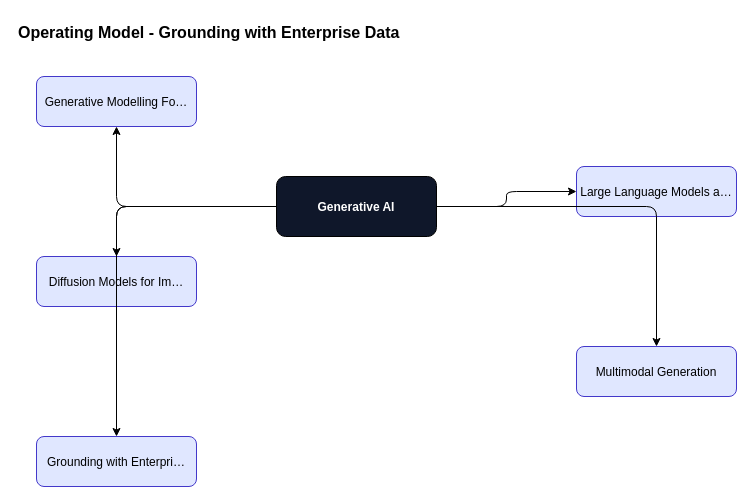
This is content/generative-ai/generative-ai-foundations/diagrams/fig-007-operating-model.drawio from ankit05121980/AI-University, a draw.io file, before an edit. Source tidied: cells renumbered, new cells numbered last; positions are measured from the earlier drawing's top-left corner, leaving out a move shared by most shapes. Both pictures are drawn from the tidied source at 100%, with x=0, y=0 at pixel (16, 16).
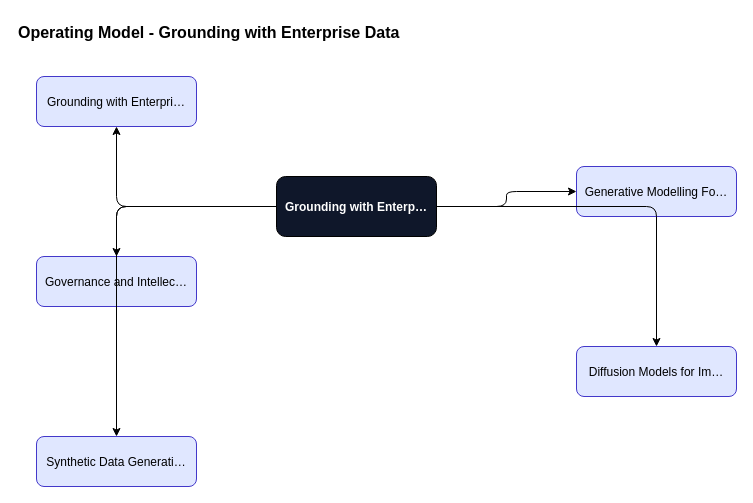
Above is the later version.

The edit, as a diff of the source:
```diff
@@
 <mxGraphModel>
   <root>
     <mxCell id="0" />
     <mxCell id="1" parent="0" />
     <mxCell id="2" value="Operating Model - Grounding with Enterprise Data" style="text;fontSize=16;fontStyle=1;" parent="1" vertex="1">
       <mxGeometry width="600" height="30" as="geometry" />
     </mxCell>
-    <mxCell id="3" value="Generative AI" style="rounded=1;fillColor=#0f172a;fontColor=#ffffff;fontStyle=1;" parent="1" vertex="1">
+    <mxCell id="3" value="Grounding with Enterp…" style="rounded=1;fillColor=#0f172a;fontColor=#ffffff;fontStyle=1;" parent="1" vertex="1">
       <mxGeometry x="260" y="160" width="160" height="60" as="geometry" />
     </mxCell>
-    <mxCell id="4" value="Generative Modelling Fo…" style="rounded=1;fillColor=#e0e7ff;strokeColor=#4338ca;" parent="1" vertex="1">
+    <mxCell id="4" value="Grounding with Enterpri…" style="rounded=1;fillColor=#e0e7ff;strokeColor=#4338ca;" parent="1" vertex="1">
       <mxGeometry x="20" y="60" width="160" height="50" as="geometry" />
     </mxCell>
     <mxCell id="5" style="edgeStyle=orthogonalEdgeStyle;" parent="1" edge="1" source="3" target="4">
       <mxGeometry relative="1" as="geometry" />
     </mxCell>
-    <mxCell id="6" value="Large Language Models a…" style="rounded=1;fillColor=#e0e7ff;strokeColor=#4338ca;" parent="1" vertex="1">
+    <mxCell id="6" value="Generative Modelling Fo…" style="rounded=1;fillColor=#e0e7ff;strokeColor=#4338ca;" parent="1" vertex="1">
       <mxGeometry x="560" y="150" width="160" height="50" as="geometry" />
     </mxCell>
     <mxCell id="7" style="edgeStyle=orthogonalEdgeStyle;" parent="1" edge="1" source="3" target="6">
       <mxGeometry relative="1" as="geometry" />
     </mxCell>
-    <mxCell id="8" value="Diffusion Models for Im…" style="rounded=1;fillColor=#e0e7ff;strokeColor=#4338ca;" parent="1" vertex="1">
+    <mxCell id="8" value="Governance and Intellec…" style="rounded=1;fillColor=#e0e7ff;strokeColor=#4338ca;" parent="1" vertex="1">
       <mxGeometry x="20" y="240" width="160" height="50" as="geometry" />
     </mxCell>
     <mxCell id="9" style="edgeStyle=orthogonalEdgeStyle;" parent="1" edge="1" source="3" target="8">
       <mxGeometry relative="1" as="geometry" />
     </mxCell>
-    <mxCell id="10" value="Multimodal Generation" style="rounded=1;fillColor=#e0e7ff;strokeColor=#4338ca;" parent="1" vertex="1">
+    <mxCell id="10" value="Diffusion Models for Im…" style="rounded=1;fillColor=#e0e7ff;strokeColor=#4338ca;" parent="1" vertex="1">
       <mxGeometry x="560" y="330" width="160" height="50" as="geometry" />
     </mxCell>
     <mxCell id="11" style="edgeStyle=orthogonalEdgeStyle;" parent="1" edge="1" source="3" target="10">
       <mxGeometry relative="1" as="geometry" />
     </mxCell>
-    <mxCell id="12" value="Grounding with Enterpri…" style="rounded=1;fillColor=#e0e7ff;strokeColor=#4338ca;" parent="1" vertex="1">
+    <mxCell id="12" value="Synthetic Data Generati…" style="rounded=1;fillColor=#e0e7ff;strokeColor=#4338ca;" parent="1" vertex="1">
       <mxGeometry x="20" y="420" width="160" height="50" as="geometry" />
     </mxCell>
     <mxCell id="13" style="edgeStyle=orthogonalEdgeStyle;" parent="1" edge="1" source="3" target="12">
       <mxGeometry relative="1" as="geometry" />
     </mxCell>
   </root>
 </mxGraphModel>
```
